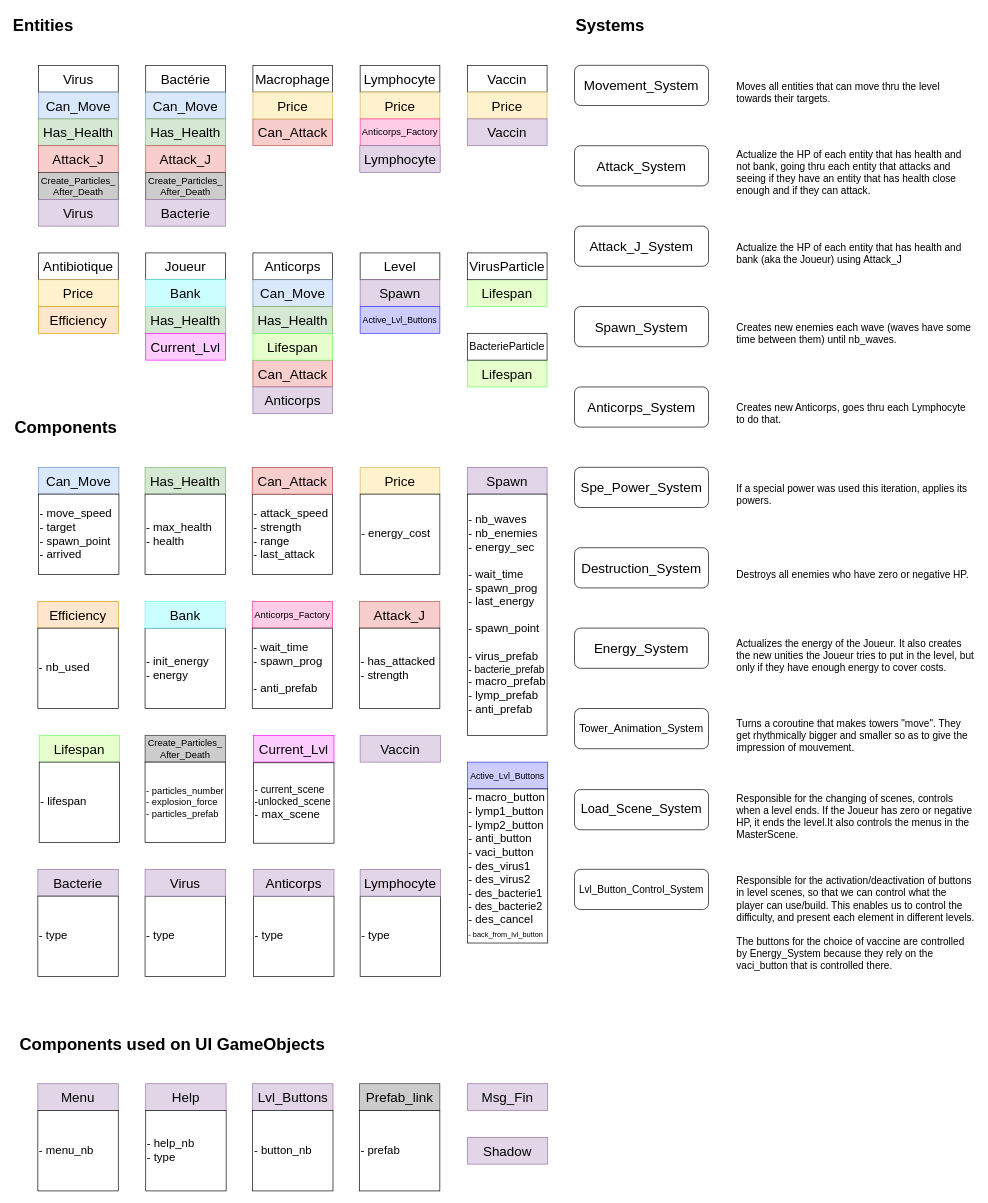
Before: entities_components.drawio in Titanmito/Immunocalypse, a draw.io diagram. Source tidied: cells renumbered, new cells numbered last; positions are measured from the earlier drawing's top-left corner, leaving out a move shared by most shapes. Both pictures are drawn from the tidied source at 67%, with x=0, y=0 at pixel (11, 11).
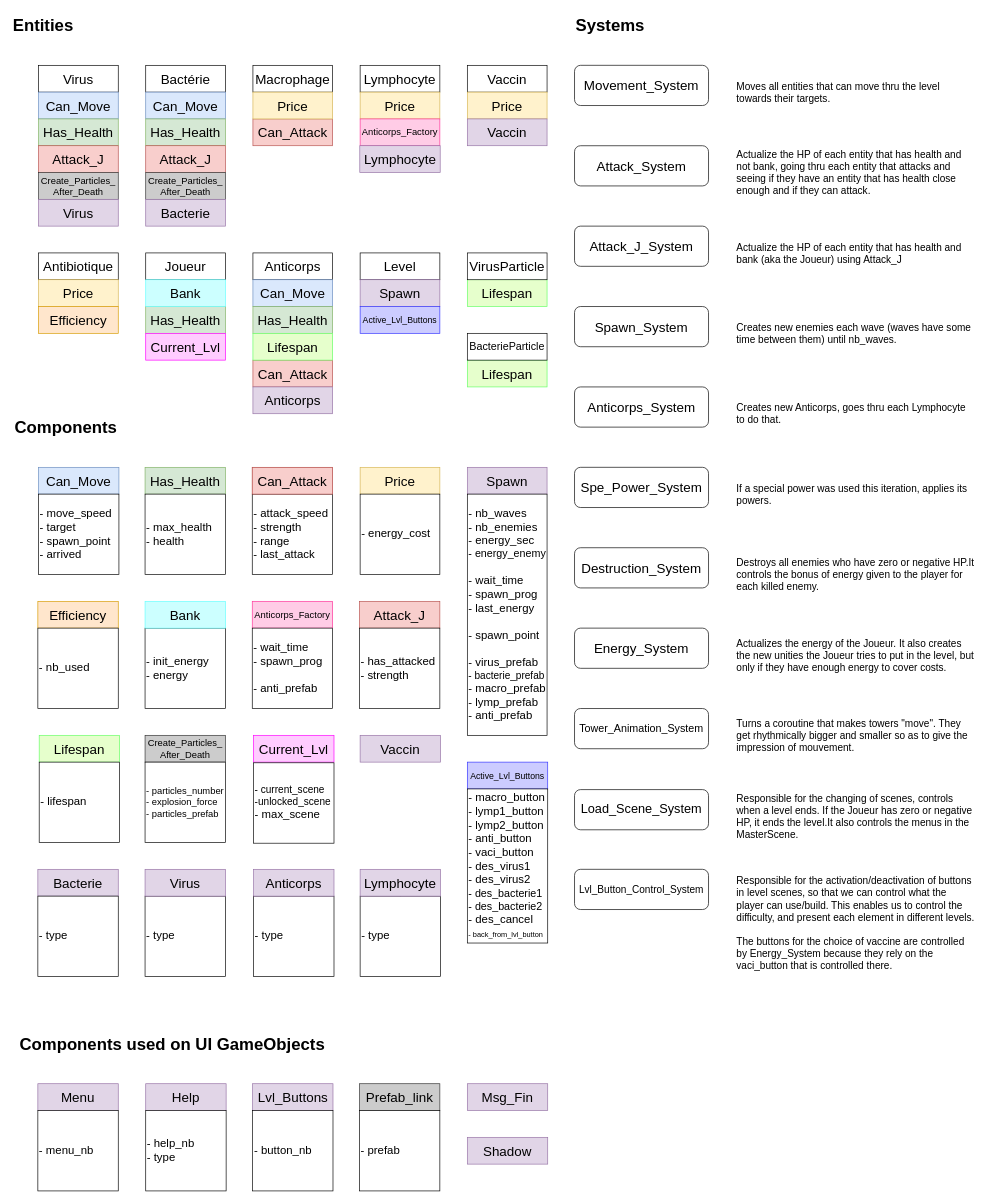
After the change.

Diff of the diagram source:
```diff
@@
-    <mxCell id="37" value="&lt;div&gt;&lt;font style=&quot;font-size: 17px&quot;&gt;- nb_waves&lt;/font&gt;&lt;/div&gt;&lt;div&gt;&lt;font style=&quot;font-size: 17px&quot;&gt;- nb_enemies&lt;/font&gt;&lt;/div&gt;&lt;div&gt;&lt;font style=&quot;font-size: 17px&quot;&gt;- energy_sec&lt;br&gt;&lt;/font&gt;&lt;/div&gt;&lt;div&gt;&lt;font style=&quot;font-size: 17px&quot;&gt;&lt;br&gt;&lt;/font&gt;&lt;/div&gt;&lt;div&gt;&lt;font style=&quot;font-size: 17px&quot;&gt;- wait_time&lt;/font&gt;&lt;/div&gt;&lt;div&gt;&lt;font style=&quot;font-size: 17px&quot;&gt;- spawn_prog&lt;br&gt;&lt;/font&gt;&lt;/div&gt;&lt;div&gt;&lt;font style=&quot;font-size: 17px&quot;&gt;- last_energy&lt;br&gt;&lt;/font&gt;&lt;/div&gt;&lt;div&gt;&lt;font style=&quot;font-size: 17px&quot;&gt;&lt;br&gt;&lt;/font&gt;&lt;/div&gt;&lt;div&gt;&lt;font style=&quot;font-size: 17px&quot;&gt;- spawn_point&lt;/font&gt;&lt;/div&gt;&lt;div&gt;&lt;font style=&quot;font-size: 17px&quot;&gt;&lt;br&gt;&lt;/font&gt;&lt;/div&gt;&lt;div&gt;&lt;font style=&quot;font-size: 17px&quot;&gt;- virus_prefab&lt;/font&gt;&lt;/div&gt;&lt;div style=&quot;font-size: 15px&quot;&gt;&lt;font style=&quot;font-size: 15px&quot;&gt;- bacterie_prefab&lt;/font&gt;&lt;/div&gt;&lt;div style=&quot;font-size: 17px&quot;&gt;&lt;font style=&quot;font-size: 17px&quot;&gt;- macro_prefab&lt;/font&gt;&lt;/div&gt;&lt;div style=&quot;font-size: 17px&quot;&gt;&lt;font style=&quot;font-size: 17px&quot;&gt;- lymp_prefab&lt;br&gt;&lt;/font&gt;&lt;/div&gt;&lt;div style=&quot;font-size: 17px&quot;&gt;&lt;font style=&quot;font-size: 17px&quot;&gt;- anti_prefab&lt;br&gt;&lt;/font&gt;&lt;/div&gt;" style="rounded=0;whiteSpace=wrap;html=1;align=left;" parent="1" vertex="1">
+    <mxCell id="37" value="&lt;div&gt;&lt;font style=&quot;font-size: 17px&quot;&gt;- nb_waves&lt;/font&gt;&lt;/div&gt;&lt;div&gt;&lt;font style=&quot;font-size: 17px&quot;&gt;- nb_enemies&lt;/font&gt;&lt;/div&gt;&lt;div&gt;&lt;font style=&quot;font-size: 17px&quot;&gt;- energy_sec&lt;br&gt;&lt;/font&gt;&lt;/div&gt;&lt;div style=&quot;font-size: 16px&quot;&gt;&lt;font style=&quot;font-size: 16px&quot;&gt;- energy_enemy&lt;br&gt;&lt;/font&gt;&lt;/div&gt;&lt;div&gt;&lt;font style=&quot;font-size: 17px&quot;&gt;&lt;br&gt;&lt;/font&gt;&lt;/div&gt;&lt;div&gt;&lt;font style=&quot;font-size: 17px&quot;&gt;- wait_time&lt;/font&gt;&lt;/div&gt;&lt;div&gt;&lt;font style=&quot;font-size: 17px&quot;&gt;- spawn_prog&lt;br&gt;&lt;/font&gt;&lt;/div&gt;&lt;div&gt;&lt;font style=&quot;font-size: 17px&quot;&gt;- last_energy&lt;br&gt;&lt;/font&gt;&lt;/div&gt;&lt;div&gt;&lt;font style=&quot;font-size: 17px&quot;&gt;&lt;br&gt;&lt;/font&gt;&lt;/div&gt;&lt;div&gt;&lt;font style=&quot;font-size: 17px&quot;&gt;- spawn_point&lt;/font&gt;&lt;/div&gt;&lt;div&gt;&lt;font style=&quot;font-size: 17px&quot;&gt;&lt;br&gt;&lt;/font&gt;&lt;/div&gt;&lt;div&gt;&lt;font style=&quot;font-size: 17px&quot;&gt;- virus_prefab&lt;/font&gt;&lt;/div&gt;&lt;div style=&quot;font-size: 15px&quot;&gt;&lt;font style=&quot;font-size: 15px&quot;&gt;- bacterie_prefab&lt;/font&gt;&lt;/div&gt;&lt;div style=&quot;font-size: 17px&quot;&gt;&lt;font style=&quot;font-size: 17px&quot;&gt;- macro_prefab&lt;/font&gt;&lt;/div&gt;&lt;div style=&quot;font-size: 17px&quot;&gt;&lt;font style=&quot;font-size: 17px&quot;&gt;- lymp_prefab&lt;br&gt;&lt;/font&gt;&lt;/div&gt;&lt;div style=&quot;font-size: 17px&quot;&gt;&lt;font style=&quot;font-size: 17px&quot;&gt;- anti_prefab&lt;br&gt;&lt;/font&gt;&lt;/div&gt;" style="rounded=0;whiteSpace=wrap;html=1;align=left;" parent="1" vertex="1">
       <mxGeometry x="680" y="720" width="119" height="360" as="geometry" />
     </mxCell>
@@
-    <mxCell id="59" value="Destroys all enemies who have zero or negative HP. " style="text;html=1;strokeColor=none;fillColor=none;align=left;verticalAlign=middle;whiteSpace=wrap;rounded=0;fontSize=15;" parent="1" vertex="1">
+    <mxCell id="59" value="&lt;div&gt;Destroys all enemies who have zero or negative HP.It controls the bonus of energy given to the player for each killed enemy. &lt;br&gt;&lt;/div&gt;" style="text;html=1;strokeColor=none;fillColor=none;align=left;verticalAlign=middle;whiteSpace=wrap;rounded=0;fontSize=15;" parent="1" vertex="1">
       <mxGeometry x="1080" y="800" width="360" height="80" as="geometry" />
     </mxCell>
```
